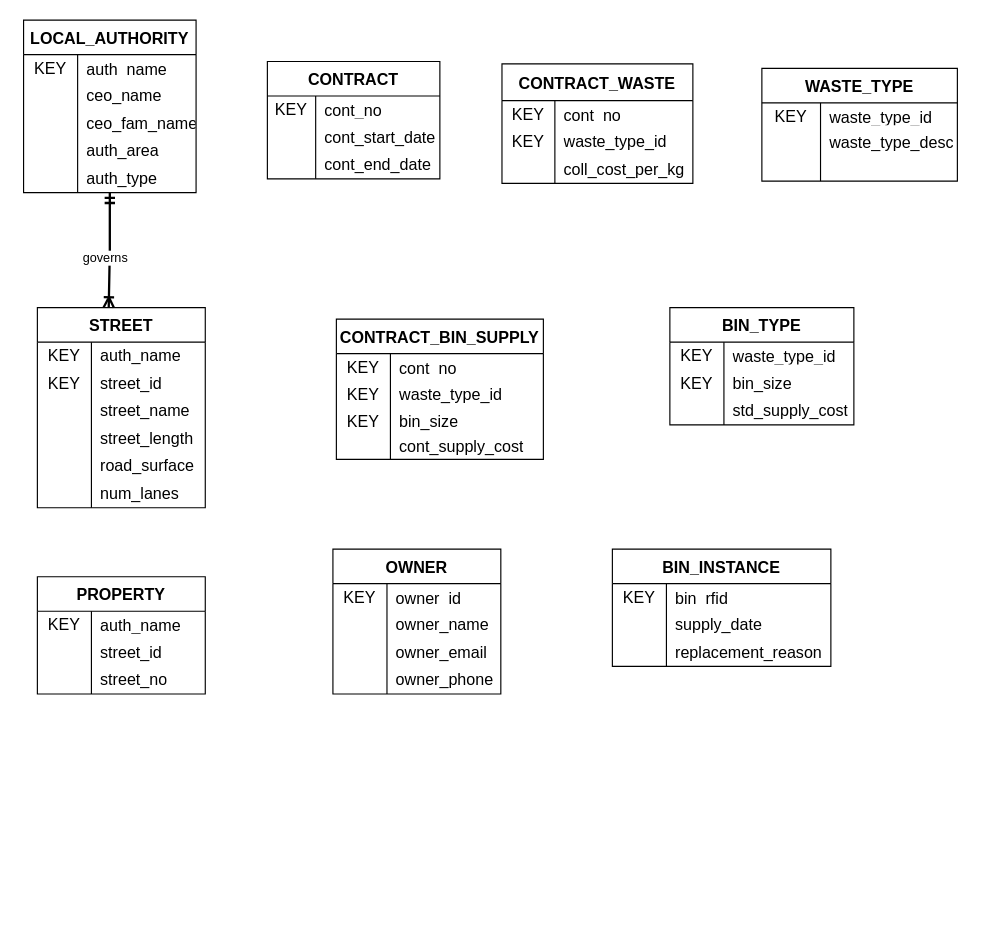
The draw.io diagram Assignments/Ass1/ca_conceptual.drawio in riabansal27/databases-project, before the edit. Source tidied: cells renumbered, new cells numbered last; positions are measured from the earlier drawing's top-left corner, leaving out a move shared by most shapes. Both pictures are drawn from the tidied source at 115%, with x=0, y=0 at pixel (23, 20).
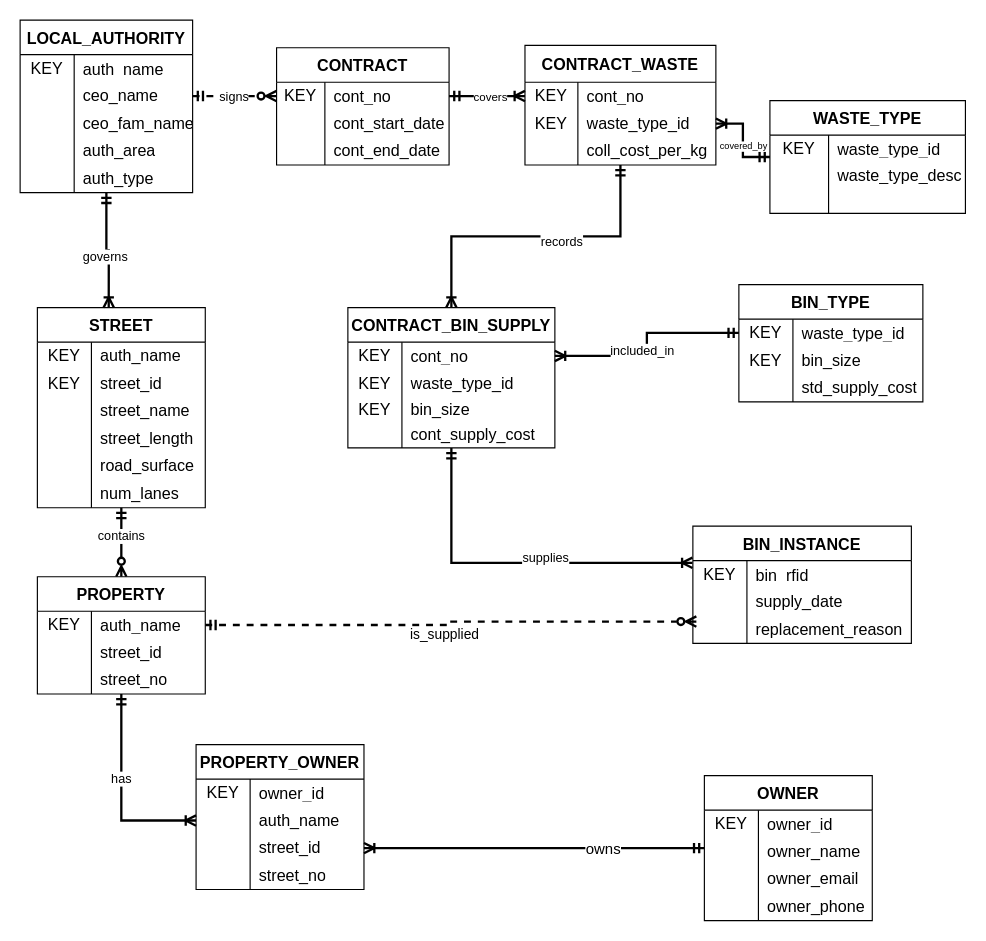
The same page after the edit.

Commit message (it also covers changes not shown here):
Step 3 added relationships and cardinality

The change refers to these unchanged cells:
```xml
<mxCell id="6" style="shape=tableRow;horizontal=0;startSize=0;swimlaneHead=0;swimlaneBody=0;top=0;left=0;bottom=0;right=0;fillColor=none;points=[[0,0.5],[1,0.5]];portConstraint=eastwest;strokeColor=inherit;fontSize=16;" parent="2" vertex="1">
  <mxGeometry y="54" width="150" height="24" as="geometry" />
</mxCell>
<mxCell id="18" value="STREET" style="shape=table;startSize=30;childLayout=tableLayout;rowLines=0;fontStyle=1;fontSize=14;strokeWidth=1;rounded=0;" parent="1" vertex="1">
  <mxGeometry x="12" y="250" width="146" height="174" as="geometry" />
</mxCell>
<mxCell id="37" value="PROPERTY" style="shape=table;startSize=30;childLayout=tableLayout;rowLines=0;fontStyle=1;fontSize=14;strokeWidth=1;rounded=0;" parent="1" vertex="1">
  <mxGeometry x="12" y="484" width="146" height="102" as="geometry" />
</mxCell>
<mxCell id="38" style="shape=tableRow;horizontal=0;startSize=0;swimlaneHead=0;swimlaneBody=0;top=0;left=0;bottom=0;right=0;fillColor=none;points=[[0,0.5],[1,0.5]];portConstraint=eastwest;strokeColor=inherit;fontSize=16;" parent="37" vertex="1">
  <mxGeometry y="30" width="146" height="24" as="geometry" />
</mxCell>
<mxCell id="71" style="shape=tableRow;horizontal=0;startSize=0;swimlaneHead=0;swimlaneBody=0;top=0;left=0;bottom=0;right=0;fillColor=none;points=[[0,0.5],[1,0.5]];portConstraint=eastwest;strokeColor=inherit;fontSize=16;" parent="70" vertex="1">
  <mxGeometry y="30" width="160" height="24" as="geometry" />
</mxCell>
<mxCell id="81" style="shape=tableRow;horizontal=0;startSize=0;swimlaneHead=0;swimlaneBody=0;top=0;left=0;bottom=0;right=0;fillColor=none;points=[[0,0.5],[1,0.5]];portConstraint=eastwest;strokeColor=inherit;fontSize=16;" parent="80" vertex="1">
  <mxGeometry y="30" width="150" height="24" as="geometry" />
</mxCell>
<mxCell id="91" style="shape=tableRow;horizontal=0;startSize=0;swimlaneHead=0;swimlaneBody=0;top=0;left=0;bottom=0;right=0;fillColor=none;points=[[0,0.5],[1,0.5]];portConstraint=eastwest;strokeColor=inherit;fontSize=16;" parent="90" vertex="1">
  <mxGeometry y="32" width="166" height="24" as="geometry" />
</mxCell>
<mxCell id="94" style="shape=tableRow;horizontal=0;startSize=0;swimlaneHead=0;swimlaneBody=0;top=0;left=0;bottom=0;right=0;fillColor=none;points=[[0,0.5],[1,0.5]];portConstraint=eastwest;strokeColor=inherit;fontSize=16;" parent="90" vertex="1">
  <mxGeometry y="56" width="166" height="24" as="geometry" />
</mxCell>
<mxCell id="101" style="shape=tableRow;horizontal=0;startSize=0;swimlaneHead=0;swimlaneBody=0;top=0;left=0;bottom=0;right=0;fillColor=none;points=[[0,0.5],[1,0.5]];portConstraint=eastwest;strokeColor=inherit;fontSize=16;" parent="100" vertex="1">
  <mxGeometry y="30" width="180" height="24" as="geometry" />
</mxCell>
<mxCell id="114" style="shape=tableRow;horizontal=0;startSize=0;swimlaneHead=0;swimlaneBody=0;top=0;left=0;bottom=0;right=0;fillColor=none;points=[[0,0.5],[1,0.5]];portConstraint=eastwest;strokeColor=inherit;fontSize=16;" parent="113" vertex="1">
  <mxGeometry y="30" width="190" height="24" as="geometry" />
</mxCell>
<mxCell id="120" style="shape=tableRow;horizontal=0;startSize=0;swimlaneHead=0;swimlaneBody=0;top=0;left=0;bottom=0;right=0;fillColor=none;points=[[0,0.5],[1,0.5]];portConstraint=eastwest;strokeColor=inherit;fontSize=16;" parent="113" vertex="1">
  <mxGeometry y="78" width="190" height="24" as="geometry" />
</mxCell>
```

Diff of the diagram source:
```diff
@@
     <mxCell id="2" value="LOCAL_AUTHORITY" style="shape=table;startSize=30;childLayout=tableLayout;rowLines=0;fontStyle=1;fontSize=14;strokeWidth=1;rounded=0;" parent="1" vertex="1">
-      <mxGeometry width="150" height="150" as="geometry" />
+      <mxGeometry x="-3" width="150" height="150" as="geometry" />
     </mxCell>
@@
+    <mxCell id="125" style="edgeStyle=orthogonalEdgeStyle;rounded=0;jettySize=auto;html=1;entryX=0.5;entryY=0;entryDx=0;entryDy=0;startArrow=ERmandOne;startFill=0;endArrow=ERzeroToMany;endFill=0;strokeWidth=2;" parent="1" edge="1" source="18" target="37">
+      <mxGeometry relative="1" as="geometry" />
+    </mxCell>
+    <mxCell id="126" value="contains" style="edgeLabel;html=1;align=center;verticalAlign=middle;" parent="125" vertex="1">
+      <mxGeometry x="-0.22" y="-1" relative="1" as="geometry">
+        <mxPoint y="1" as="offset" />
+      </mxGeometry>
+    </mxCell>
@@
+    <mxCell id="127" style="edgeStyle=orthogonalEdgeStyle;rounded=0;jettySize=auto;html=1;entryX=0;entryY=0.5;entryDx=0;entryDy=0;strokeWidth=2;startArrow=ERmandOne;startFill=0;endArrow=ERoneToMany;endFill=0;" parent="1" edge="1" source="37" target="139">
+      <mxGeometry relative="1" as="geometry" />
+    </mxCell>
+    <mxCell id="128" value="has" style="edgeLabel;html=1;align=center;verticalAlign=middle;" parent="127" vertex="1">
+      <mxGeometry x="-0.17" y="-1" relative="1" as="geometry" />
+    </mxCell>
@@
+    <mxCell id="129" style="edgeStyle=orthogonalEdgeStyle;rounded=0;jettySize=auto;html=1;entryX=1;entryY=0.5;entryDx=0;entryDy=0;endArrow=ERoneToMany;endFill=0;startArrow=ERmandOne;startFill=0;strokeWidth=2;" parent="1" edge="1" source="47" target="142">
+      <mxGeometry relative="1" as="geometry" />
+    </mxCell>
+    <mxCell id="130" value="&lt;font style=&quot;font-size: 13px;&quot;&gt;owns&lt;/font&gt;" style="edgeLabel;html=1;align=center;verticalAlign=middle;" parent="129" vertex="1">
+      <mxGeometry x="-0.4" relative="1" as="geometry" />
+    </mxCell>
     <mxCell id="47" value="OWNER" style="shape=table;startSize=30;childLayout=tableLayout;rowLines=0;fontStyle=1;fontSize=14;strokeWidth=1;rounded=0;" parent="1" vertex="1">
-      <mxGeometry x="269" y="460" width="146" height="126" as="geometry" />
+      <mxGeometry x="592" y="657" width="146" height="126" as="geometry" />
     </mxCell>
@@
+    <mxCell id="131" style="edgeStyle=orthogonalEdgeStyle;rounded=0;jettySize=auto;html=1;entryX=1;entryY=0.5;entryDx=0;entryDy=0;startArrow=ERmandOne;startFill=0;endArrow=ERoneToMany;endFill=0;strokeWidth=2;" parent="1" edge="1" source="60" target="94">
+      <mxGeometry relative="1" as="geometry" />
+    </mxCell>
+    <mxCell id="132" value="covered_by" style="edgeLabel;html=1;align=center;verticalAlign=middle;fontSize=8;" parent="131" vertex="1">
+      <mxGeometry x="-0.11" relative="1" as="geometry">
+        <mxPoint y="1" as="offset" />
+      </mxGeometry>
+    </mxCell>
     <mxCell id="60" value="WASTE_TYPE" style="shape=table;startSize=30;childLayout=tableLayout;rowLines=0;fontStyle=1;fontSize=14;strokeWidth=1;rounded=0;" parent="1" vertex="1">
-      <mxGeometry x="642" y="42" width="170" height="98" as="geometry" />
+      <mxGeometry x="649" y="70" width="170" height="98" as="geometry" />
     </mxCell>
@@
     <mxCell id="70" value="BIN_TYPE" style="shape=table;startSize=30;childLayout=tableLayout;rowLines=0;fontStyle=1;fontSize=14;strokeWidth=1;rounded=0;" parent="1" vertex="1">
-      <mxGeometry x="562" y="250" width="160" height="102" as="geometry" />
+      <mxGeometry x="622" y="230" width="160" height="102" as="geometry" />
     </mxCell>
@@
     <mxCell id="80" value="CONTRACT" style="shape=table;startSize=30;childLayout=tableLayout;rowLines=0;fontStyle=1;fontSize=14;strokeWidth=1;rounded=0;" parent="1" vertex="1">
-      <mxGeometry x="212" y="36" width="150" height="102" as="geometry" />
+      <mxGeometry x="220" y="24" width="150" height="102" as="geometry" />
     </mxCell>
@@
+    <mxCell id="133" style="edgeStyle=orthogonalEdgeStyle;rounded=0;jettySize=auto;html=1;entryX=0.5;entryY=0;entryDx=0;entryDy=0;strokeWidth=2;startArrow=ERmandOne;startFill=0;endArrow=ERoneToMany;endFill=0;" parent="1" edge="1" source="90" target="100">
+      <mxGeometry relative="1" as="geometry" />
+    </mxCell>
+    <mxCell id="134" value="records" style="edgeLabel;html=1;align=center;verticalAlign=middle;" parent="133" vertex="1">
+      <mxGeometry x="-0.16" y="4" relative="1" as="geometry" />
+    </mxCell>
     <mxCell id="90" value="CONTRACT_WASTE" style="shape=table;startSize=32;childLayout=tableLayout;rowLines=0;fontStyle=1;fontSize=14;strokeWidth=1;rounded=0;" parent="1" vertex="1">
-      <mxGeometry x="416" y="38" width="166" height="104" as="geometry" />
+      <mxGeometry x="436" y="22" width="166" height="104" as="geometry" />
     </mxCell>
@@
     <mxCell id="100" value="CONTRACT_BIN_SUPPLY" style="shape=table;startSize=30;childLayout=tableLayout;rowLines=0;fontStyle=1;fontSize=14;strokeWidth=1;rounded=0;" parent="1" vertex="1">
-      <mxGeometry x="272" y="260" width="180" height="122" as="geometry" />
+      <mxGeometry x="282" y="250" width="180" height="122" as="geometry" />
     </mxCell>
@@
     <mxCell id="113" value="BIN_INSTANCE" style="shape=table;startSize=30;childLayout=tableLayout;rowLines=0;fontStyle=1;fontSize=14;strokeWidth=1;rounded=0;" parent="1" vertex="1">
-      <mxGeometry x="512" y="460" width="190" height="102" as="geometry" />
+      <mxGeometry x="582" y="440" width="190" height="102" as="geometry" />
     </mxCell>
@@
+    <mxCell id="135" value="PROPERTY_OWNER" style="shape=table;startSize=30;childLayout=tableLayout;rowLines=0;fontStyle=1;fontSize=14;strokeWidth=1;rounded=0;" parent="1" vertex="1">
+      <mxGeometry x="150" y="630" width="146" height="126" as="geometry" />
+    </mxCell>
+    <mxCell id="136" style="shape=tableRow;horizontal=0;startSize=0;swimlaneHead=0;swimlaneBody=0;top=0;left=0;bottom=0;right=0;fillColor=none;strokeColor=inherit;fontSize=16;" parent="135" vertex="1">
+      <mxGeometry y="30" width="146" height="24" as="geometry" />
+    </mxCell>
+    <mxCell id="137" value="KEY" style="shape=partialRectangle;html=1;whiteSpace=wrap;fillColor=none;top=0;left=0;bottom=0;right=0;overflow=hidden;strokeColor=inherit;fontSize=14;" parent="136" vertex="1">
+      <mxGeometry width="47" height="24" as="geometry" />
+    </mxCell>
+    <mxCell id="138" value="&lt;div style=&quot;line-height: 100%;&quot;&gt;owner_id&lt;/div&gt;" style="shape=partialRectangle;html=1;whiteSpace=wrap;fillColor=none;top=0;left=0;bottom=0;right=0;align=left;spacingLeft=6;overflow=hidden;strokeColor=inherit;fontSize=14;spacing=2;spacingBottom=0;" parent="136" vertex="1">
+      <mxGeometry x="47" width="99" height="24" as="geometry" />
+    </mxCell>
+    <mxCell id="139" style="shape=tableRow;horizontal=0;startSize=0;swimlaneHead=0;swimlaneBody=0;top=0;left=0;bottom=0;right=0;fillColor=none;points=[[0,0.5],[1,0.5]];portConstraint=eastwest;strokeColor=inherit;fontSize=16;" parent="135" vertex="1">
+      <mxGeometry y="54" width="146" height="24" as="geometry" />
+    </mxCell>
+    <mxCell id="140" style="shape=partialRectangle;html=1;whiteSpace=wrap;fillColor=none;top=0;left=0;bottom=0;right=0;overflow=hidden;strokeColor=inherit;fontSize=14;" parent="139" vertex="1">
+      <mxGeometry width="47" height="24" as="geometry" />
+    </mxCell>
+    <mxCell id="141" value="auth_name" style="shape=partialRectangle;html=1;whiteSpace=wrap;fillColor=none;top=0;left=0;bottom=0;right=0;align=left;spacingLeft=6;overflow=hidden;strokeColor=inherit;fontSize=14;" parent="139" vertex="1">
+      <mxGeometry x="47" width="99" height="24" as="geometry" />
+    </mxCell>
+    <mxCell id="142" style="shape=tableRow;horizontal=0;startSize=0;swimlaneHead=0;swimlaneBody=0;top=0;left=0;bottom=0;right=0;fillColor=none;points=[[0,0.5],[1,0.5]];portConstraint=eastwest;strokeColor=inherit;fontSize=16;" parent="135" vertex="1">
+      <mxGeometry y="78" width="146" height="24" as="geometry" />
+    </mxCell>
+    <mxCell id="143" style="shape=partialRectangle;html=1;whiteSpace=wrap;fillColor=none;top=0;left=0;bottom=0;right=0;overflow=hidden;strokeColor=inherit;fontSize=14;" parent="142" vertex="1">
+      <mxGeometry width="47" height="24" as="geometry" />
+    </mxCell>
+    <mxCell id="144" value="street_id" style="shape=partialRectangle;html=1;whiteSpace=wrap;fillColor=none;top=0;left=0;bottom=0;right=0;align=left;spacingLeft=6;overflow=hidden;strokeColor=inherit;fontSize=14;" parent="142" vertex="1">
+      <mxGeometry x="47" width="99" height="24" as="geometry" />
+    </mxCell>
+    <mxCell id="145" style="shape=tableRow;horizontal=0;startSize=0;swimlaneHead=0;swimlaneBody=0;top=0;left=0;bottom=0;right=0;fillColor=none;strokeColor=inherit;fontSize=16;" parent="135" vertex="1">
+      <mxGeometry y="102" width="146" height="24" as="geometry" />
+    </mxCell>
+    <mxCell id="146" style="shape=partialRectangle;html=1;whiteSpace=wrap;fillColor=none;top=0;left=0;bottom=0;right=0;overflow=hidden;strokeColor=inherit;fontSize=14;" parent="145" vertex="1">
+      <mxGeometry width="47" height="24" as="geometry" />
+    </mxCell>
+    <mxCell id="147" value="street_no" style="shape=partialRectangle;html=1;whiteSpace=wrap;fillColor=none;top=0;left=0;bottom=0;right=0;align=left;spacingLeft=6;overflow=hidden;strokeColor=inherit;fontSize=14;" parent="145" vertex="1">
+      <mxGeometry x="47" width="99" height="24" as="geometry" />
+    </mxCell>
+    <mxCell id="148" style="edgeStyle=orthogonalEdgeStyle;rounded=0;jettySize=auto;html=1;entryX=0;entryY=0.5;entryDx=0;entryDy=0;dashed=1;startArrow=ERmandOne;startFill=0;endArrow=ERzeroToMany;endFill=0;strokeWidth=2;" parent="1" edge="1" source="6" target="81">
+      <mxGeometry relative="1" as="geometry" />
+    </mxCell>
+    <mxCell id="149" value="signs" style="edgeLabel;html=1;align=center;verticalAlign=middle;fontSize=11;" parent="148" vertex="1">
+      <mxGeometry x="0.3" y="1" relative="1" as="geometry">
+        <mxPoint x="-12" y="1" as="offset" />
+      </mxGeometry>
+    </mxCell>
+    <mxCell id="150" style="edgeStyle=orthogonalEdgeStyle;rounded=0;jettySize=auto;html=1;entryX=0;entryY=0.5;entryDx=0;entryDy=0;endArrow=ERoneToMany;endFill=0;startArrow=ERmandOne;startFill=0;strokeWidth=2;" parent="1" edge="1" source="81" target="91">
+      <mxGeometry relative="1" as="geometry" />
+    </mxCell>
+    <mxCell id="151" value="covers" style="edgeLabel;html=1;align=center;verticalAlign=middle;fontSize=10;" parent="150" vertex="1">
+      <mxGeometry x="-0.23" y="-1" relative="1" as="geometry">
+        <mxPoint x="10" y="-1" as="offset" />
+      </mxGeometry>
+    </mxCell>
+    <mxCell id="152" style="edgeStyle=orthogonalEdgeStyle;rounded=0;jettySize=auto;html=1;entryX=1;entryY=0.5;entryDx=0;entryDy=0;startArrow=ERmandOne;startFill=0;endArrow=ERoneToMany;endFill=0;strokeWidth=2;" parent="1" edge="1" source="71" target="101">
+      <mxGeometry relative="1" as="geometry" />
+    </mxCell>
+    <mxCell id="153" value="included_in" style="edgeLabel;html=1;align=center;verticalAlign=middle;" parent="152" vertex="1">
+      <mxGeometry x="0.17" y="-5" relative="1" as="geometry" />
+    </mxCell>
+    <mxCell id="154" style="edgeStyle=orthogonalEdgeStyle;rounded=0;jettySize=auto;html=1;entryX=-0.002;entryY=0.079;entryDx=0;entryDy=0;entryPerimeter=0;strokeWidth=2;startArrow=ERmandOne;startFill=0;endArrow=ERoneToMany;endFill=0;" parent="1" edge="1" source="100" target="114">
+      <mxGeometry relative="1" as="geometry" />
+    </mxCell>
+    <mxCell id="155" value="supplies" style="edgeLabel;html=1;align=center;verticalAlign=middle;" parent="154" vertex="1">
+      <mxGeometry x="0.17" y="4" relative="1" as="geometry" />
+    </mxCell>
+    <mxCell id="156" style="edgeStyle=orthogonalEdgeStyle;rounded=0;jettySize=auto;html=1;exitX=1;exitY=0.5;exitDx=0;exitDy=0;entryX=0.016;entryY=0.208;entryDx=0;entryDy=0;entryPerimeter=0;startArrow=ERmandOne;startFill=0;endArrow=ERzeroToMany;endFill=0;strokeWidth=2;dashed=1;" parent="1" edge="1" source="38" target="120">
+      <mxGeometry relative="1" as="geometry" />
+    </mxCell>
+    <mxCell id="157" value="is_supplied" style="edgeLabel;html=1;align=center;verticalAlign=middle;fontSize=12;" parent="156" vertex="1">
+      <mxGeometry x="-0.02" y="-4" relative="1" as="geometry">
+        <mxPoint x="-4" y="4" as="offset" />
+      </mxGeometry>
+    </mxCell>
```
